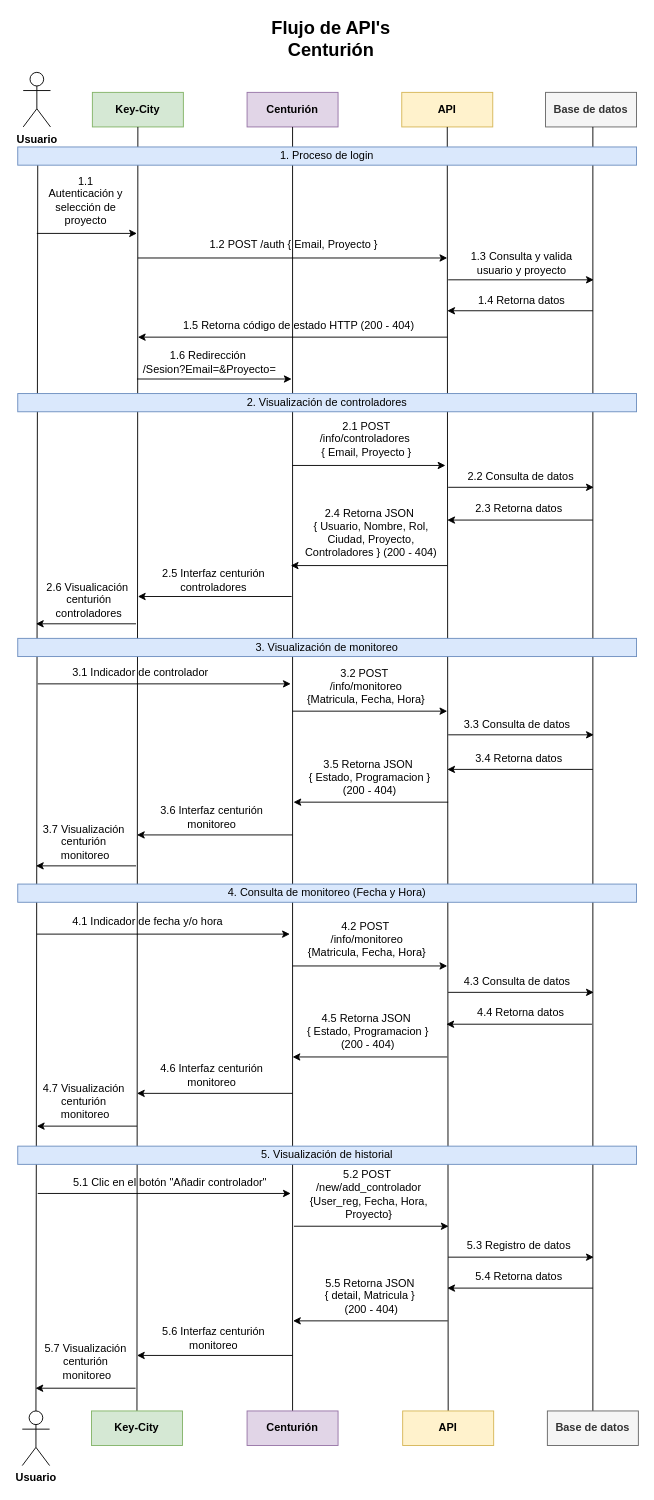
This is DiagramaCenturion.drawio from ChirinosM/Prueba, a draw.io file, before an edit. Source tidied: cells renumbered, new cells numbered last; positions are measured from the earlier drawing's top-left corner, leaving out a move shared by most shapes. Both pictures are drawn from the tidied source at 91%, with x=0, y=0 at pixel (17, 24).
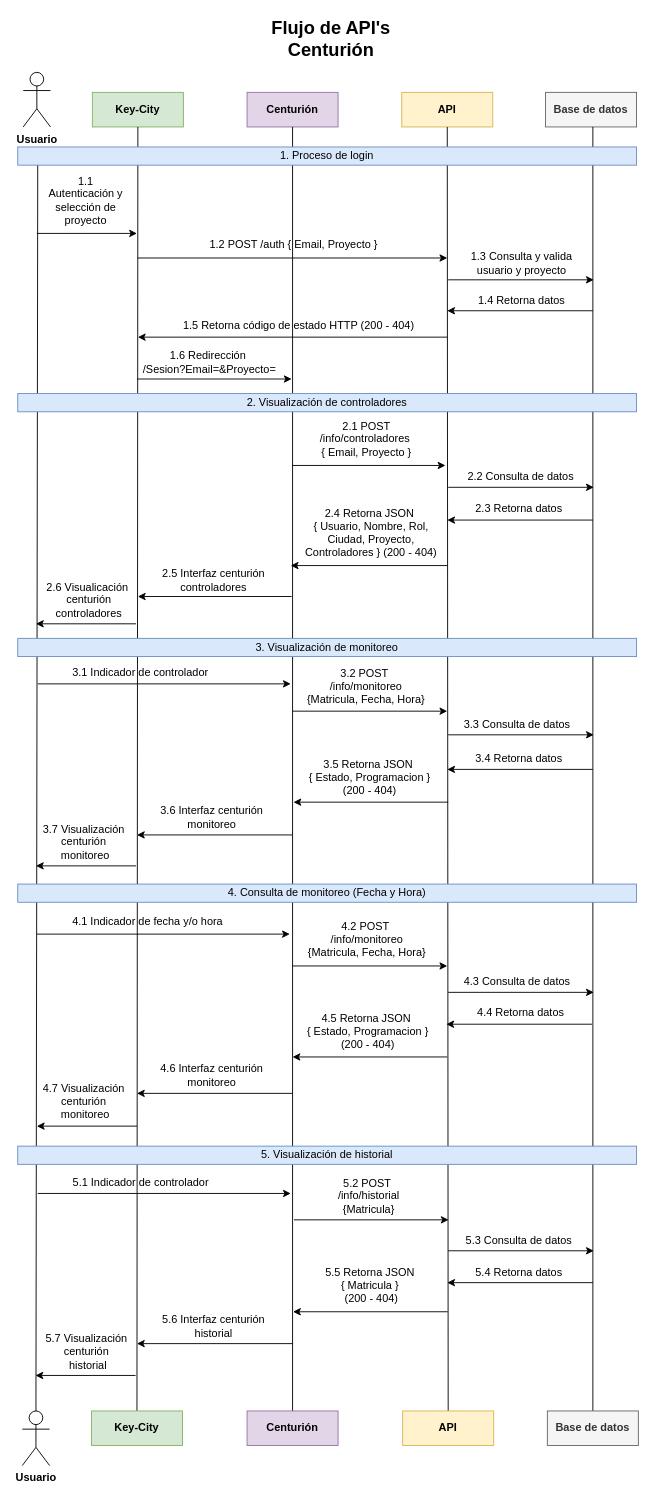
Above is the later version.

The edit, as a diff of the source:
```diff
@@
-    <mxCell id="76" value="5.1 Clic en el botón &quot;Añadir controlador&quot;" style="text;html=1;align=center;verticalAlign=middle;whiteSpace=wrap;rounded=0;" parent="1" vertex="1">
-      <mxGeometry x="51" y="1258" width="233" height="30" as="geometry" />
+    <mxCell id="76" value="5.1 Indicador de controlador" style="text;html=1;align=center;verticalAlign=middle;whiteSpace=wrap;rounded=0;" parent="1" vertex="1">
+      <mxGeometry x="19" y="1258" width="233" height="30" as="geometry" />
     </mxCell>
     <mxCell id="77" style="endArrow=classic;html=1;rounded=0;" parent="1" edge="1">
       <mxGeometry relative="1" as="geometry">
-        <mxPoint x="303.5" y="1321" as="sourcePoint" />
-        <mxPoint x="473.5" y="1321" as="targetPoint" />
+        <mxPoint x="303.5" y="1314" as="sourcePoint" />
+        <mxPoint x="473.5" y="1314" as="targetPoint" />
       </mxGeometry>
     </mxCell>
-    <mxCell id="78" value="5.2 POST&amp;nbsp;&lt;div&gt;/new/add_controlador&lt;div&gt;{User_reg, Fecha, Hora, Proyecto}&lt;/div&gt;&lt;/div&gt;" style="text;html=1;align=center;verticalAlign=middle;whiteSpace=wrap;rounded=0;" parent="1" vertex="1">
-      <mxGeometry x="310.5" y="1271" width="150" height="30" as="geometry" />
+    <mxCell id="78" value="5.2 POST&amp;nbsp;&lt;div&gt;/info/historial&lt;div&gt;{Matricula}&lt;/div&gt;&lt;/div&gt;" style="text;html=1;align=center;verticalAlign=middle;whiteSpace=wrap;rounded=0;" parent="1" vertex="1">
+      <mxGeometry x="310.5" y="1273" width="150" height="30" as="geometry" />
     </mxCell>
     <mxCell id="79" style="endArrow=classic;html=1;rounded=0;" parent="1" edge="1">
       <mxGeometry relative="1" as="geometry">
-        <mxPoint x="473" y="1355" as="sourcePoint" />
-        <mxPoint x="633" y="1355" as="targetPoint" />
+        <mxPoint x="473" y="1348" as="sourcePoint" />
+        <mxPoint x="633" y="1348" as="targetPoint" />
       </mxGeometry>
     </mxCell>
-    <mxCell id="80" value="5.3 Registro de datos" style="text;html=1;align=center;verticalAlign=middle;whiteSpace=wrap;rounded=0;" parent="1" vertex="1">
-      <mxGeometry x="477" y="1327" width="148" height="30" as="geometry" />
+    <mxCell id="80" value="5.3 Consulta de datos" style="text;html=1;align=center;verticalAlign=middle;whiteSpace=wrap;rounded=0;" parent="1" vertex="1">
+      <mxGeometry x="477" y="1322" width="148" height="30" as="geometry" />
     </mxCell>
     <mxCell id="81" style="endArrow=classic;html=1;rounded=0;" parent="1" edge="1">
       <mxGeometry relative="1" as="geometry">
-        <mxPoint x="632" y="1389" as="sourcePoint" />
-        <mxPoint x="472" y="1389" as="targetPoint" />
+        <mxPoint x="632" y="1383" as="sourcePoint" />
+        <mxPoint x="472" y="1383" as="targetPoint" />
       </mxGeometry>
     </mxCell>
     <mxCell id="82" value="5.4 Retorna datos" style="text;html=1;align=center;verticalAlign=middle;whiteSpace=wrap;rounded=0;" parent="1" vertex="1">
-      <mxGeometry x="477" y="1363" width="148" height="27" as="geometry" />
+      <mxGeometry x="477" y="1358" width="148" height="27" as="geometry" />
     </mxCell>
     <mxCell id="83" style="endArrow=classic;html=1;rounded=0;" parent="1" edge="1">
       <mxGeometry relative="1" as="geometry">
-        <mxPoint x="472.5" y="1425" as="sourcePoint" />
-        <mxPoint x="302.5" y="1425" as="targetPoint" />
+        <mxPoint x="472.5" y="1415" as="sourcePoint" />
+        <mxPoint x="302.5" y="1415" as="targetPoint" />
       </mxGeometry>
     </mxCell>
-    <mxCell id="84" value="5.5 Retorna JSON&amp;nbsp;&lt;div&gt;{ detail, Matricula }&amp;nbsp;&lt;/div&gt;&lt;div&gt;(200 - 404)&lt;/div&gt;" style="text;html=1;align=center;verticalAlign=middle;whiteSpace=wrap;rounded=0;" parent="1" vertex="1">
-      <mxGeometry x="315" y="1384" width="148" height="27" as="geometry" />
+    <mxCell id="84" value="5.5 Retorna JSON&amp;nbsp;&lt;div&gt;{ Matricula }&amp;nbsp;&lt;/div&gt;&lt;div&gt;(200 - 404)&lt;/div&gt;" style="text;html=1;align=center;verticalAlign=middle;whiteSpace=wrap;rounded=0;" parent="1" vertex="1">
+      <mxGeometry x="315" y="1372" width="148" height="27" as="geometry" />
     </mxCell>
     <mxCell id="85" style="endArrow=classic;html=1;rounded=0;" parent="1" edge="1">
       <mxGeometry relative="1" as="geometry">
-        <mxPoint x="302" y="1463" as="sourcePoint" />
-        <mxPoint x="131" y="1463" as="targetPoint" />
+        <mxPoint x="302" y="1450" as="sourcePoint" />
+        <mxPoint x="131" y="1450" as="targetPoint" />
       </mxGeometry>
     </mxCell>
-    <mxCell id="86" value="5.6 Interfaz centurión monitoreo" style="text;html=1;align=center;verticalAlign=middle;whiteSpace=wrap;rounded=0;" parent="1" vertex="1">
-      <mxGeometry x="143" y="1429" width="145" height="30" as="geometry" />
+    <mxCell id="86" value="5.6 Interfaz centurión historial" style="text;html=1;align=center;verticalAlign=middle;whiteSpace=wrap;rounded=0;" parent="1" vertex="1">
+      <mxGeometry x="143" y="1416" width="145" height="30" as="geometry" />
     </mxCell>
     <mxCell id="87" style="endArrow=classic;html=1;rounded=0;" parent="1" edge="1">
       <mxGeometry relative="1" as="geometry">
-        <mxPoint x="129.5" y="1499" as="sourcePoint" />
-        <mxPoint x="19.5" y="1499" as="targetPoint" />
+        <mxPoint x="129.5" y="1485" as="sourcePoint" />
+        <mxPoint x="19.5" y="1485" as="targetPoint" />
       </mxGeometry>
     </mxCell>
-    <mxCell id="88" value="5.7 Visualización&amp;nbsp;&lt;div&gt;centurión&amp;nbsp;&lt;/div&gt;&lt;div&gt;monitoreo&lt;/div&gt;" style="text;html=1;align=center;verticalAlign=middle;whiteSpace=wrap;rounded=0;" parent="1" vertex="1">
-      <mxGeometry x="4" y="1455" width="145" height="30" as="geometry" />
+    <mxCell id="88" value="5.7 Visualización&amp;nbsp;&lt;div&gt;centurión&amp;nbsp;&lt;/div&gt;&lt;div&gt;historial&lt;/div&gt;" style="text;html=1;align=center;verticalAlign=middle;whiteSpace=wrap;rounded=0;" parent="1" vertex="1">
+      <mxGeometry x="5" y="1444" width="145" height="30" as="geometry" />
     </mxCell>
```
